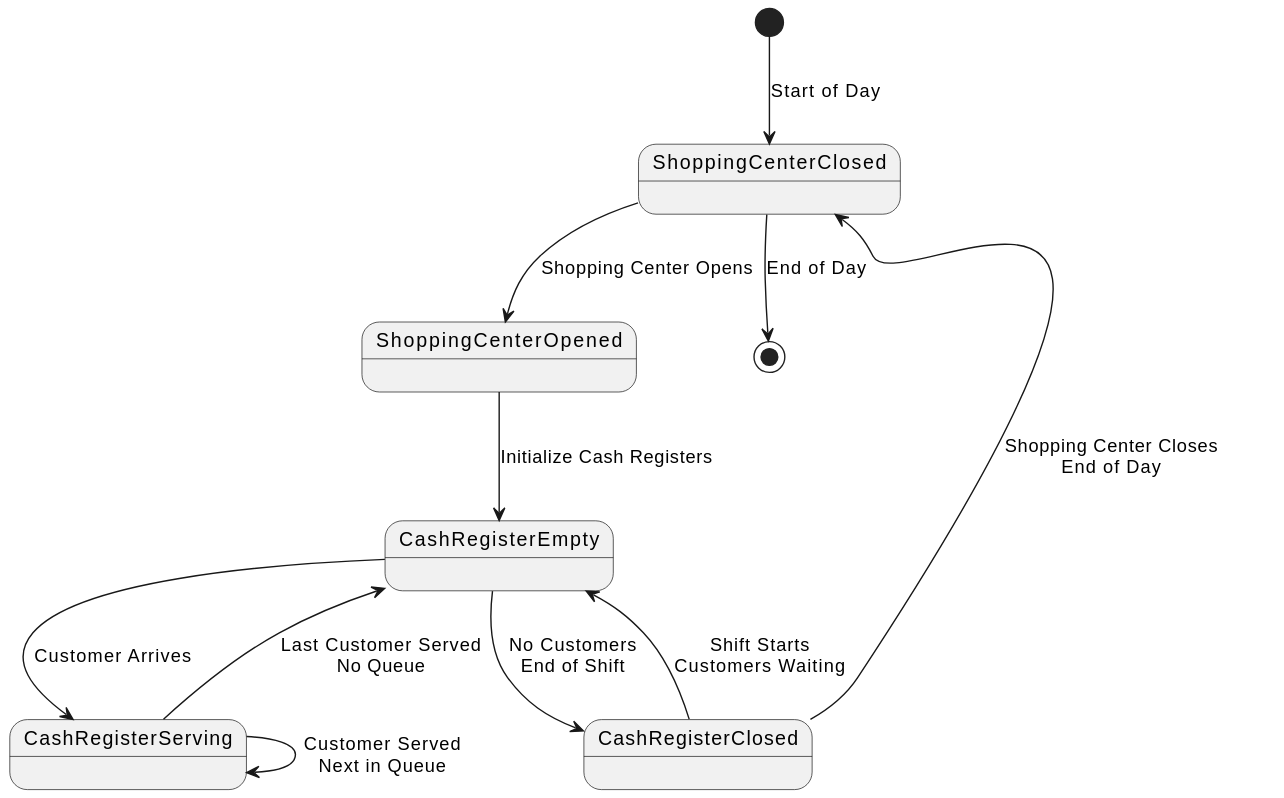
Earlier version of the PlantUML export images/modelosUML/diagramaEstados.svg (mmasias/23-24-IdSw2-SDD).
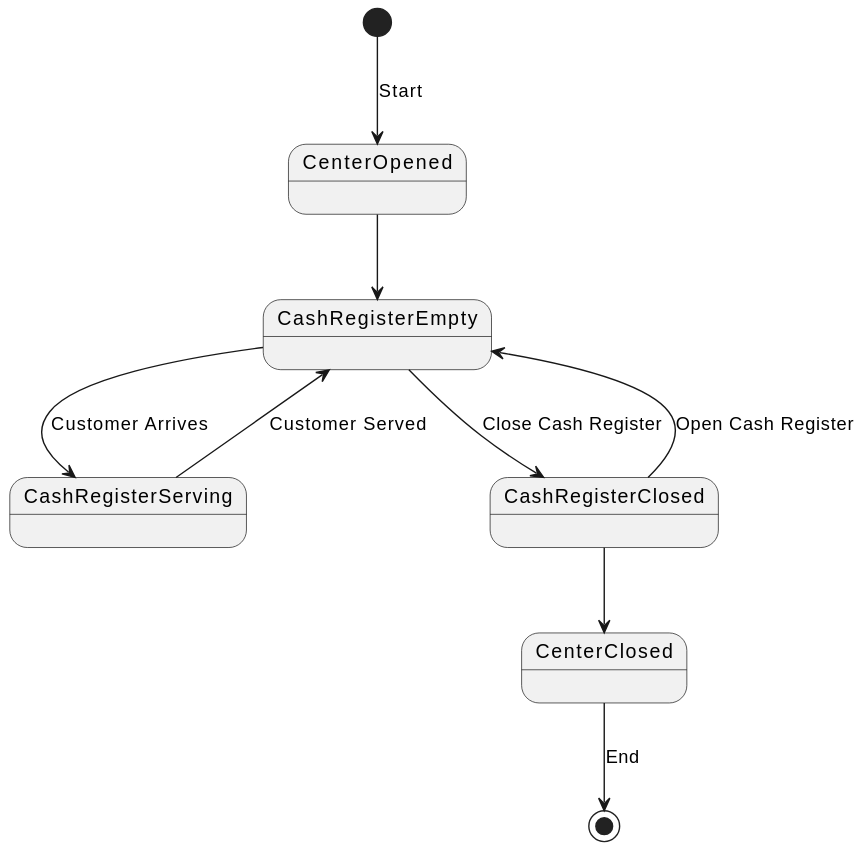
After the commit.

Diff of the diagram source:
```diff
@@ -1,17 +1,10 @@
 @startuml
-[*] --> ShoppingCenterClosed : Start of Day
-
-ShoppingCenterClosed --> ShoppingCenterOpened : Shopping Center Opens
-ShoppingCenterOpened --> CashRegisterEmpty : Initialize Cash Registers
-
+[*] --> CenterOpened : Start
+CenterOpened --> CashRegisterEmpty
 CashRegisterEmpty --> CashRegisterServing : Customer Arrives
-CashRegisterServing --> CashRegisterEmpty : Last Customer Served\nNo Queue
-CashRegisterServing --> CashRegisterServing : Customer Served\nNext in Queue
-
-CashRegisterEmpty --> CashRegisterClosed : No Customers\nEnd of Shift
-CashRegisterClosed --> CashRegisterEmpty : Shift Starts\nCustomers Waiting
-
-CashRegisterClosed --> ShoppingCenterClosed : Shopping Center Closes\nEnd of Day
-
-ShoppingCenterClosed --> [*] : End of Day
+CashRegisterEmpty --> CashRegisterClosed : Close Cash Register
+CashRegisterServing --> CashRegisterEmpty : Customer Served
+CashRegisterClosed --> CashRegisterEmpty : Open Cash Register
+CashRegisterClosed --> CenterClosed
+CenterClosed --> [*] : End
 @enduml
```
